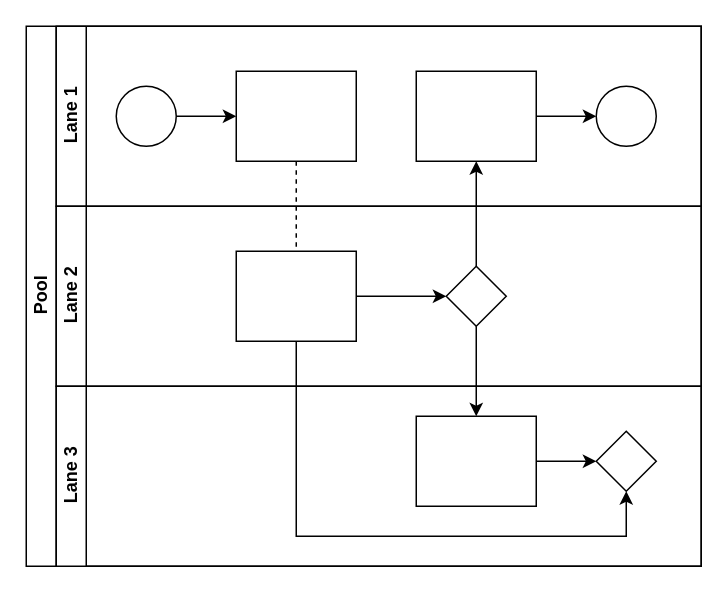
Above: 2023_FA/EE351 微机原理与微系统/Untitled Diagram.drawio in EliotChen8/Billboard (draw.io), before the change. Source tidied: cells renumbered, new cells numbered last; positions are measured from the earlier drawing's top-left corner, leaving out a move shared by most shapes. Both pictures are drawn from the tidied source at 150%, with x=0, y=0 at pixel (26, 26).
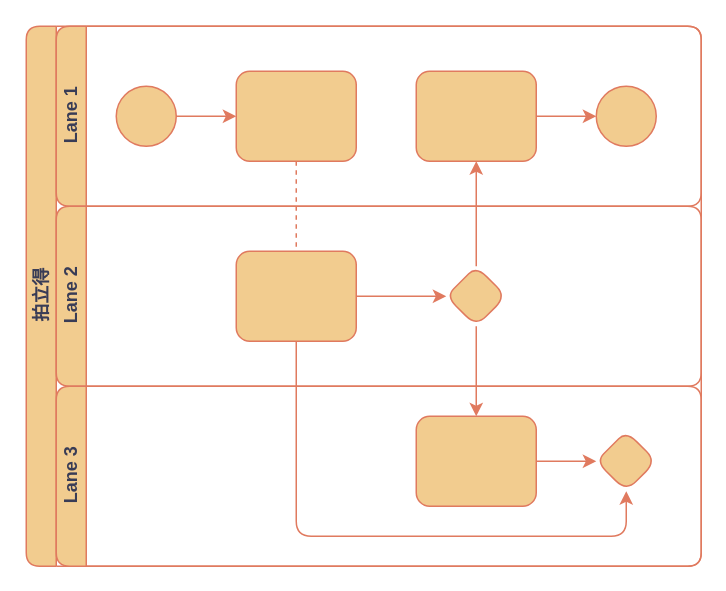
After the change.

Diff of the diagram source:
```diff
@@
-    <mxCell id="2" value="Pool" style="swimlane;html=1;horizontal=0;startSize=20;" parent="1" vertex="1">
+    <mxCell id="2" value="拍立得" style="swimlane;html=1;horizontal=0;startSize=20;labelBackgroundColor=none;fillColor=#F2CC8F;strokeColor=#E07A5F;fontColor=#393C56;rounded=1;" parent="1" vertex="1">
       <mxGeometry width="450" height="360" as="geometry" />
     </mxCell>
-    <mxCell id="3" style="edgeStyle=orthogonalEdgeStyle;rounded=0;jettySize=auto;html=1;dashed=1;endArrow=none;endFill=0;" parent="2" edge="1" source="10" target="16">
+    <mxCell id="3" style="edgeStyle=orthogonalEdgeStyle;rounded=1;jettySize=auto;html=1;dashed=1;endArrow=none;endFill=0;labelBackgroundColor=none;strokeColor=#E07A5F;fontColor=default;" parent="2" edge="1" source="10" target="16">
       <mxGeometry relative="1" as="geometry" />
     </mxCell>
-    <mxCell id="4" style="edgeStyle=orthogonalEdgeStyle;rounded=0;jettySize=auto;html=1;endArrow=classic;endFill=1;" parent="2" edge="1" source="17" target="12">
+    <mxCell id="4" style="edgeStyle=orthogonalEdgeStyle;rounded=1;jettySize=auto;html=1;endArrow=classic;endFill=1;labelBackgroundColor=none;strokeColor=#E07A5F;fontColor=default;" parent="2" edge="1" source="17" target="12">
       <mxGeometry relative="1" as="geometry" />
     </mxCell>
-    <mxCell id="5" style="edgeStyle=orthogonalEdgeStyle;rounded=0;jettySize=auto;html=1;endArrow=classic;endFill=1;" parent="2" edge="1" source="17" target="20">
+    <mxCell id="5" style="edgeStyle=orthogonalEdgeStyle;rounded=1;jettySize=auto;html=1;endArrow=classic;endFill=1;labelBackgroundColor=none;strokeColor=#E07A5F;fontColor=default;" parent="2" edge="1" source="17" target="20">
       <mxGeometry relative="1" as="geometry" />
     </mxCell>
-    <mxCell id="6" style="edgeStyle=orthogonalEdgeStyle;rounded=0;jettySize=auto;html=1;endArrow=classic;endFill=1;" parent="2" edge="1" source="16" target="21">
+    <mxCell id="6" style="edgeStyle=orthogonalEdgeStyle;rounded=1;jettySize=auto;html=1;endArrow=classic;endFill=1;labelBackgroundColor=none;strokeColor=#E07A5F;fontColor=default;" parent="2" edge="1" source="16" target="21">
       <mxGeometry relative="1" as="geometry">
         <Array as="points">
           <mxPoint x="180" y="340" />
           <mxPoint x="400" y="340" />
         </Array>
       </mxGeometry>
     </mxCell>
-    <mxCell id="7" value="Lane 1" style="swimlane;html=1;startSize=20;horizontal=0;" parent="2" vertex="1">
+    <mxCell id="7" value="Lane 1" style="swimlane;html=1;startSize=20;horizontal=0;labelBackgroundColor=none;fillColor=#F2CC8F;strokeColor=#E07A5F;fontColor=#393C56;rounded=1;" parent="2" vertex="1">
       <mxGeometry x="20" width="430" height="120" as="geometry" />
     </mxCell>
-    <mxCell id="8" style="edgeStyle=orthogonalEdgeStyle;rounded=0;jettySize=auto;html=1;" parent="7" edge="1" source="9" target="10">
+    <mxCell id="8" style="edgeStyle=orthogonalEdgeStyle;rounded=1;jettySize=auto;html=1;labelBackgroundColor=none;strokeColor=#E07A5F;fontColor=default;" parent="7" edge="1" source="9" target="10">
       <mxGeometry relative="1" as="geometry" />
     </mxCell>
-    <mxCell id="9" style="ellipse;whiteSpace=wrap;html=1;" parent="7" vertex="1">
+    <mxCell id="9" style="ellipse;whiteSpace=wrap;html=1;labelBackgroundColor=none;fillColor=#F2CC8F;strokeColor=#E07A5F;fontColor=#393C56;rounded=1;" parent="7" vertex="1">
       <mxGeometry x="40" y="40" width="40" height="40" as="geometry" />
     </mxCell>
-    <mxCell id="10" style="rounded=0;whiteSpace=wrap;html=1;fontFamily=Helvetica;fontSize=12;fontColor=#000000;align=center;" parent="7" vertex="1">
+    <mxCell id="10" style="rounded=1;whiteSpace=wrap;html=1;fontFamily=Helvetica;fontSize=12;fontColor=#393C56;align=center;labelBackgroundColor=none;fillColor=#F2CC8F;strokeColor=#E07A5F;" parent="7" vertex="1">
       <mxGeometry x="120" y="30" width="80" height="60" as="geometry" />
     </mxCell>
-    <mxCell id="11" style="edgeStyle=orthogonalEdgeStyle;rounded=0;jettySize=auto;html=1;endArrow=classic;endFill=1;" parent="7" edge="1" source="12" target="13">
+    <mxCell id="11" style="edgeStyle=orthogonalEdgeStyle;rounded=1;jettySize=auto;html=1;endArrow=classic;endFill=1;labelBackgroundColor=none;strokeColor=#E07A5F;fontColor=default;" parent="7" edge="1" source="12" target="13">
       <mxGeometry relative="1" as="geometry" />
     </mxCell>
-    <mxCell id="12" style="rounded=0;whiteSpace=wrap;html=1;fontFamily=Helvetica;fontSize=12;fontColor=#000000;align=center;" parent="7" vertex="1">
+    <mxCell id="12" style="rounded=1;whiteSpace=wrap;html=1;fontFamily=Helvetica;fontSize=12;fontColor=#393C56;align=center;labelBackgroundColor=none;fillColor=#F2CC8F;strokeColor=#E07A5F;" parent="7" vertex="1">
       <mxGeometry x="240" y="30" width="80" height="60" as="geometry" />
     </mxCell>
-    <mxCell id="13" style="ellipse;whiteSpace=wrap;html=1;" parent="7" vertex="1">
+    <mxCell id="13" style="ellipse;whiteSpace=wrap;html=1;labelBackgroundColor=none;fillColor=#F2CC8F;strokeColor=#E07A5F;fontColor=#393C56;rounded=1;" parent="7" vertex="1">
       <mxGeometry x="360" y="40" width="40" height="40" as="geometry" />
     </mxCell>
-    <mxCell id="14" value="Lane 2" style="swimlane;html=1;startSize=20;horizontal=0;" parent="2" vertex="1">
+    <mxCell id="14" value="Lane 2" style="swimlane;html=1;startSize=20;horizontal=0;labelBackgroundColor=none;fillColor=#F2CC8F;strokeColor=#E07A5F;fontColor=#393C56;rounded=1;" parent="2" vertex="1">
       <mxGeometry x="20" y="120" width="430" height="120" as="geometry" />
     </mxCell>
-    <mxCell id="15" style="edgeStyle=orthogonalEdgeStyle;rounded=0;jettySize=auto;html=1;endArrow=classic;endFill=1;" parent="14" edge="1" source="16" target="17">
+    <mxCell id="15" style="edgeStyle=orthogonalEdgeStyle;rounded=1;jettySize=auto;html=1;endArrow=classic;endFill=1;labelBackgroundColor=none;strokeColor=#E07A5F;fontColor=default;" parent="14" edge="1" source="16" target="17">
       <mxGeometry relative="1" as="geometry" />
     </mxCell>
-    <mxCell id="16" style="rounded=0;whiteSpace=wrap;html=1;fontFamily=Helvetica;fontSize=12;fontColor=#000000;align=center;" parent="14" vertex="1">
+    <mxCell id="16" style="rounded=1;whiteSpace=wrap;html=1;fontFamily=Helvetica;fontSize=12;fontColor=#393C56;align=center;labelBackgroundColor=none;fillColor=#F2CC8F;strokeColor=#E07A5F;" parent="14" vertex="1">
       <mxGeometry x="120" y="30" width="80" height="60" as="geometry" />
     </mxCell>
-    <mxCell id="17" style="rhombus;whiteSpace=wrap;html=1;fontFamily=Helvetica;fontSize=12;fontColor=#000000;align=center;" parent="14" vertex="1">
+    <mxCell id="17" style="rhombus;whiteSpace=wrap;html=1;fontFamily=Helvetica;fontSize=12;fontColor=#393C56;align=center;labelBackgroundColor=none;fillColor=#F2CC8F;strokeColor=#E07A5F;rounded=1;" parent="14" vertex="1">
       <mxGeometry x="260" y="40" width="40" height="40" as="geometry" />
     </mxCell>
-    <mxCell id="18" value="Lane 3" style="swimlane;html=1;startSize=20;horizontal=0;" parent="2" vertex="1">
+    <mxCell id="18" value="Lane 3" style="swimlane;html=1;startSize=20;horizontal=0;labelBackgroundColor=none;fillColor=#F2CC8F;strokeColor=#E07A5F;fontColor=#393C56;rounded=1;" parent="2" vertex="1">
       <mxGeometry x="20" y="240" width="430" height="120" as="geometry" />
     </mxCell>
-    <mxCell id="19" style="edgeStyle=orthogonalEdgeStyle;rounded=0;jettySize=auto;html=1;endArrow=classic;endFill=1;" parent="18" edge="1" source="20" target="21">
+    <mxCell id="19" style="edgeStyle=orthogonalEdgeStyle;rounded=1;jettySize=auto;html=1;endArrow=classic;endFill=1;labelBackgroundColor=none;strokeColor=#E07A5F;fontColor=default;" parent="18" edge="1" source="20" target="21">
       <mxGeometry relative="1" as="geometry" />
     </mxCell>
-    <mxCell id="20" style="rounded=0;whiteSpace=wrap;html=1;fontFamily=Helvetica;fontSize=12;fontColor=#000000;align=center;" parent="18" vertex="1">
+    <mxCell id="20" style="rounded=1;whiteSpace=wrap;html=1;fontFamily=Helvetica;fontSize=12;fontColor=#393C56;align=center;labelBackgroundColor=none;fillColor=#F2CC8F;strokeColor=#E07A5F;" parent="18" vertex="1">
       <mxGeometry x="240" y="20" width="80" height="60" as="geometry" />
     </mxCell>
-    <mxCell id="21" style="rhombus;whiteSpace=wrap;html=1;fontFamily=Helvetica;fontSize=12;fontColor=#000000;align=center;" parent="18" vertex="1">
+    <mxCell id="21" style="rhombus;whiteSpace=wrap;html=1;fontFamily=Helvetica;fontSize=12;fontColor=#393C56;align=center;labelBackgroundColor=none;fillColor=#F2CC8F;strokeColor=#E07A5F;rounded=1;" parent="18" vertex="1">
       <mxGeometry x="360" y="30" width="40" height="40" as="geometry" />
     </mxCell>
```
